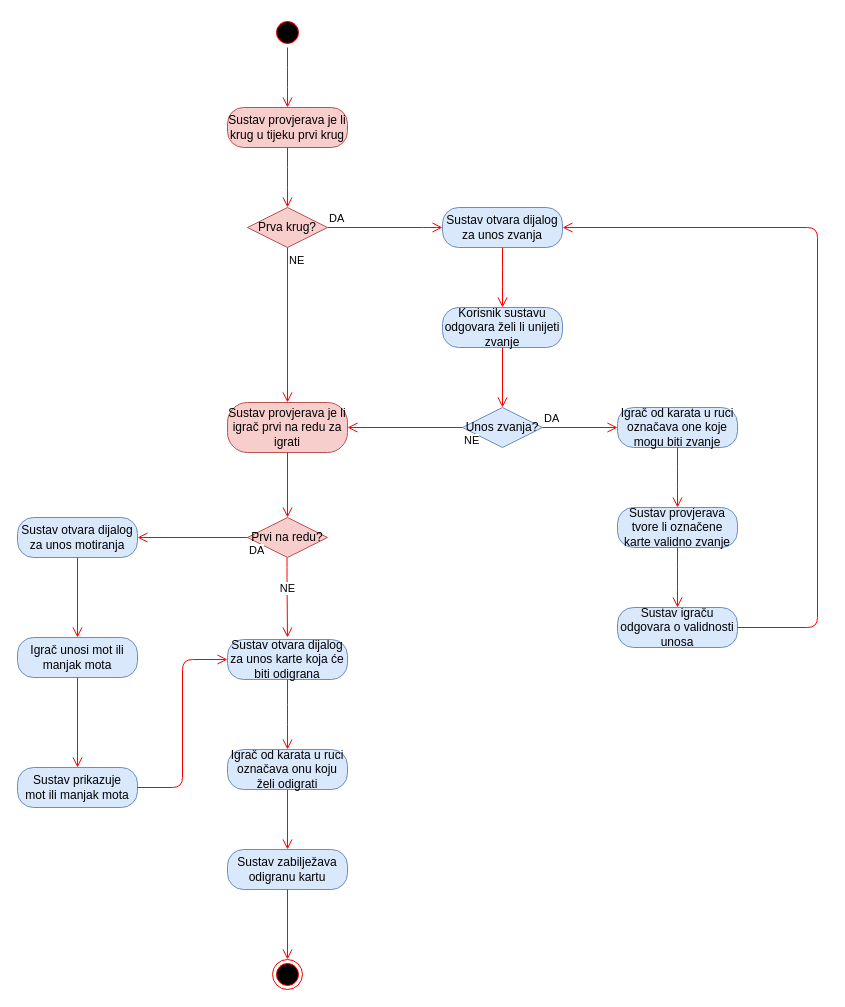
Before: page "Activity: Igranje karte sljedećeg igrača" (7 of 11) of Dijagram.drawio in TheRealJoci/Tressette-Terminal-Card-Game, a draw.io diagram. Source tidied: cells renumbered, new cells numbered last; positions are measured from the earlier drawing's top-left corner, leaving out a move shared by most shapes. Both pictures are drawn from the tidied source at 100%, with x=0, y=0 at pixel (17, 17).
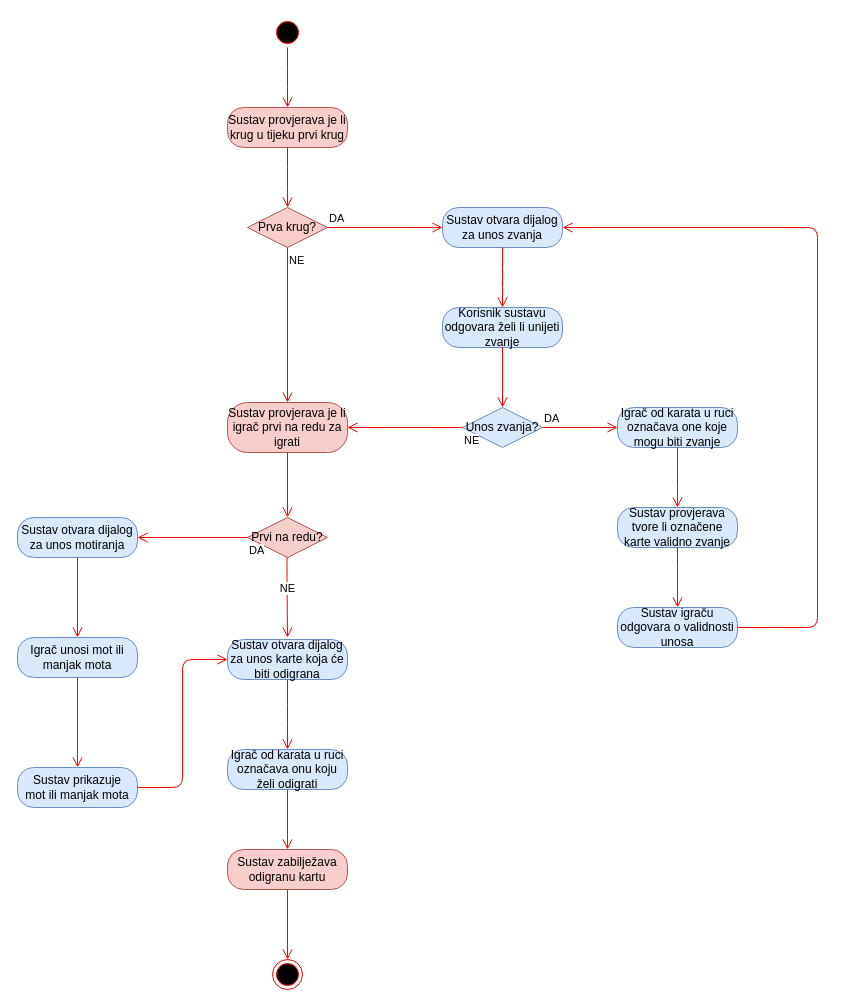
After the change.

Change to the diagram source:
```diff
@@
-    <mxCell id="26" value="Sustav zabilježava odigranu kartu" style="rounded=1;whiteSpace=wrap;html=1;arcSize=40;fillColor=#dae8fc;strokeColor=#6c8ebf;" parent="1" vertex="1">
+    <mxCell id="26" value="Sustav zabilježava odigranu kartu" style="rounded=1;whiteSpace=wrap;html=1;arcSize=40;fillColor=#f8cecc;strokeColor=#b85450;" parent="1" vertex="1">
       <mxGeometry x="210" y="832" width="120" height="40" as="geometry" />
     </mxCell>
```
